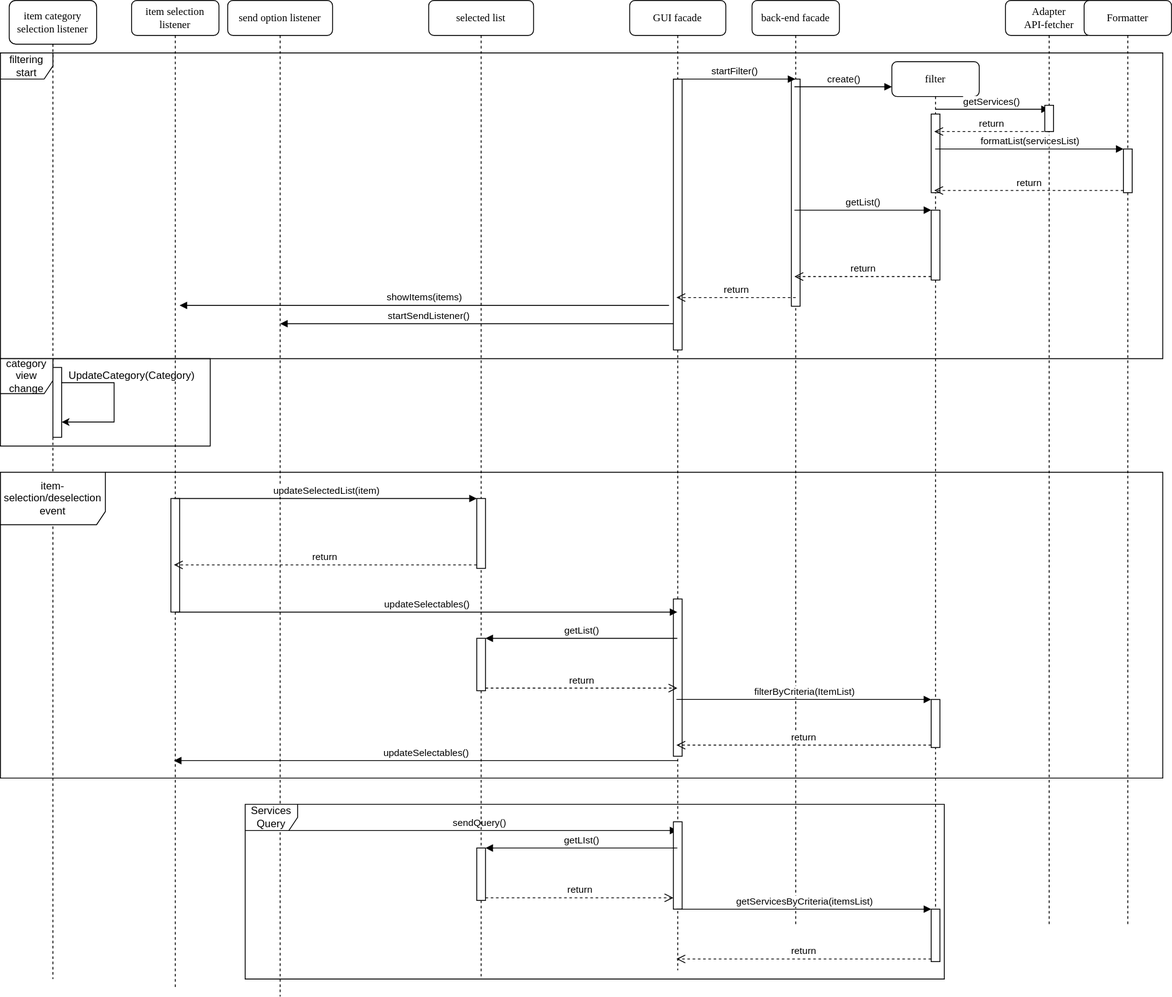
Above: documentation/behaviour/internal behaviour/internal_behaviour.svg in Geostartico/Trusted-list-browser (draw.io), before the change. Source tidied: cells renumbered, new cells last; positions are measured from the earlier drawing's top-left corner, leaving out a move shared by most shapes.
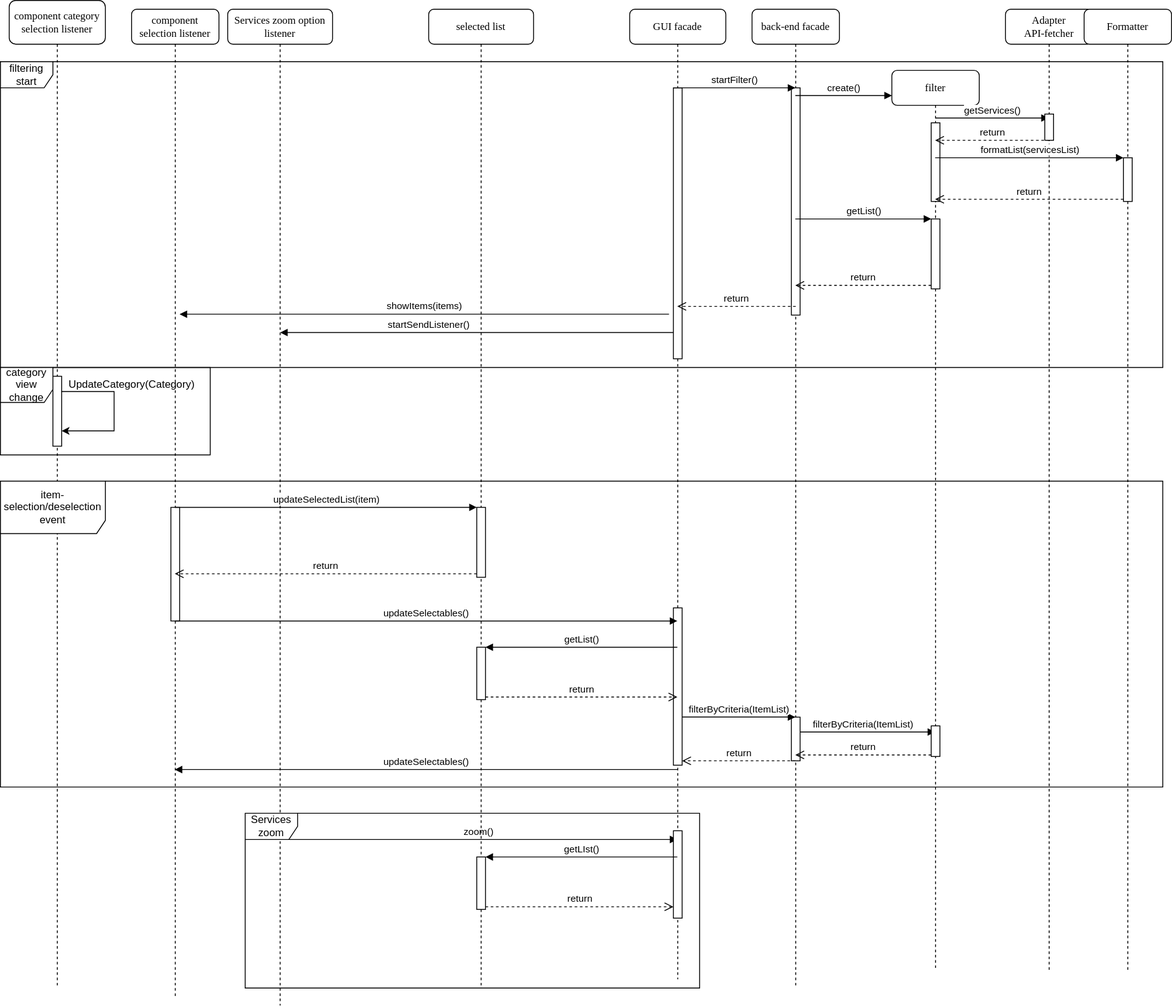
Above is the later version.

The edit, as a diff of the source:
```diff
@@ -2,10 +2,10 @@
   <root>
     <mxCell id="0" />
     <mxCell id="1" parent="0" />
-    <mxCell id="2" value="send option listener" style="shape=umlLifeline;perimeter=lifelinePerimeter;whiteSpace=wrap;html=1;rounded=1;shadow=0;comic=0;labelBackgroundColor=none;strokeWidth=1;fontFamily=Verdana;fontSize=12;align=center;" parent="1" vertex="1">
+    <mxCell id="2" value="Services zoom option listener" style="shape=umlLifeline;perimeter=lifelinePerimeter;whiteSpace=wrap;html=1;rounded=1;shadow=0;comic=0;labelBackgroundColor=none;strokeWidth=1;fontFamily=Verdana;fontSize=12;align=center;" parent="1" vertex="1">
       <mxGeometry x="260" width="120" height="1140" as="geometry" />
     </mxCell>
-    <mxCell id="3" value="sendQuery()" style="html=1;verticalAlign=bottom;endArrow=block;rounded=0;" parent="2" edge="1" target="8">
+    <mxCell id="3" value="zoom()" style="html=1;verticalAlign=bottom;endArrow=block;rounded=0;" parent="2" edge="1" target="8">
       <mxGeometry relative="1" as="geometry">
         <mxPoint x="60" y="950" as="sourcePoint" />
       </mxGeometry>
@@ -35,11 +35,19 @@
       <mxGeometry x="50" y="940" width="10" height="100" as="geometry" />
     </mxCell>
     <mxCell id="12" value="back-end facade" style="shape=umlLifeline;perimeter=lifelinePerimeter;whiteSpace=wrap;html=1;outlineConnect=0;rounded=1;shadow=0;comic=0;labelBackgroundColor=none;strokeWidth=1;fontFamily=Verdana;fontSize=12;align=center;" parent="1" vertex="1">
-      <mxGeometry x="860" width="100" height="1060" as="geometry" />
+      <mxGeometry x="860" width="100" height="1120" as="geometry" />
     </mxCell>
     <mxCell id="13" style="html=1;perimeter=orthogonalPerimeter;" parent="12" vertex="1">
       <mxGeometry x="45" y="90" width="10" height="260" as="geometry" />
     </mxCell>
+    <mxCell id="56" value="filterByCriteria(ItemList)" style="html=1;verticalAlign=bottom;endArrow=block;rounded=0;" parent="12" edge="1" target="14">
+      <mxGeometry relative="1" as="geometry">
+        <mxPoint x="45" y="827" as="sourcePoint" />
+      </mxGeometry>
+    </mxCell>
+    <mxCell id="57" style="html=1;perimeter=orthogonalPerimeter;" parent="12" vertex="1">
+      <mxGeometry x="45" y="810" width="10" height="50" as="geometry" />
+    </mxCell>
     <mxCell id="14" value="filter" style="shape=umlLifeline;perimeter=lifelinePerimeter;whiteSpace=wrap;html=1;outlineConnect=0;rounded=1;shadow=0;comic=0;labelBackgroundColor=none;strokeWidth=1;fontFamily=Verdana;fontSize=12;align=center;" parent="1" vertex="1">
       <mxGeometry x="1020" y="70" width="100" height="1030" as="geometry" />
     </mxCell>
@@ -55,15 +63,12 @@
       <mxGeometry x="45" y="170" width="10" height="80" as="geometry" />
     </mxCell>
     <mxCell id="18" style="html=1;points=[];perimeter=orthogonalPerimeter;" parent="14" vertex="1">
-      <mxGeometry x="45" y="730" width="10" height="55" as="geometry" />
+      <mxGeometry x="45" y="750" width="10" height="35" as="geometry" />
     </mxCell>
-    <mxCell id="19" style="html=1;points=[];perimeter=orthogonalPerimeter;" parent="14" vertex="1">
-      <mxGeometry x="45" y="970" width="10" height="60" as="geometry" />
-    </mxCell>
     <mxCell id="20" value="&lt;div&gt;Adapter&lt;/div&gt;&lt;div&gt;API-fetcher&lt;/div&gt;" style="shape=umlLifeline;perimeter=lifelinePerimeter;whiteSpace=wrap;html=1;outlineConnect=0;rounded=1;shadow=0;comic=0;labelBackgroundColor=none;strokeWidth=1;fontFamily=Verdana;fontSize=12;align=center;" parent="1" vertex="1">
-      <mxGeometry x="1150" width="100" height="1060" as="geometry" />
+      <mxGeometry x="1150" width="100" height="1100" as="geometry" />
     </mxCell>
-    <mxCell id="21" value="item selection listener" style="shape=umlLifeline;perimeter=lifelinePerimeter;whiteSpace=wrap;html=1;outlineConnect=0;rounded=1;shadow=0;comic=0;labelBackgroundColor=none;strokeWidth=1;fontFamily=Verdana;fontSize=12;align=center;" parent="1" vertex="1">
+    <mxCell id="21" value="component selection listener" style="shape=umlLifeline;perimeter=lifelinePerimeter;whiteSpace=wrap;html=1;outlineConnect=0;rounded=1;shadow=0;comic=0;labelBackgroundColor=none;strokeWidth=1;fontFamily=Verdana;fontSize=12;align=center;" parent="1" vertex="1">
       <mxGeometry x="150" width="100" height="1130" as="geometry" />
     </mxCell>
     <mxCell id="22" style="html=1;perimeter=orthogonalPerimeter;" parent="21" vertex="1">
@@ -92,7 +97,7 @@
       <mxGeometry relative="1" as="geometry" />
     </mxCell>
     <mxCell id="27" value="Formatter" style="shape=umlLifeline;perimeter=lifelinePerimeter;whiteSpace=wrap;html=1;rounded=1;shadow=0;comic=0;labelBackgroundColor=none;strokeWidth=1;fontFamily=Verdana;fontSize=12;align=center;" parent="1" vertex="1">
-      <mxGeometry x="1240" width="100" height="1060" as="geometry" />
+      <mxGeometry x="1240" width="100" height="1100" as="geometry" />
     </mxCell>
     <mxCell id="28" style="html=1;points=[];perimeter=orthogonalPerimeter;" parent="27" vertex="1">
       <mxGeometry x="45" y="170" width="10" height="50" as="geometry" />
@@ -111,8 +116,8 @@
     <mxCell id="32" value="return" style="html=1;verticalAlign=bottom;endArrow=open;dashed=1;endSize=8;exitX=0;exitY=0.95;rounded=0;" parent="1" edge="1" source="17" target="12">
       <mxGeometry relative="1" as="geometry" />
     </mxCell>
-    <mxCell id="33" value="item category selection listener" style="shape=umlLifeline;perimeter=lifelinePerimeter;whiteSpace=wrap;html=1;rounded=1;shadow=0;comic=0;labelBackgroundColor=none;strokeWidth=1;fontFamily=Verdana;fontSize=12;align=center;size=50;" parent="1" vertex="1">
-      <mxGeometry x="10" width="100" height="1120" as="geometry" />
+    <mxCell id="33" value="component category selection listener" style="shape=umlLifeline;perimeter=lifelinePerimeter;whiteSpace=wrap;html=1;rounded=1;shadow=0;comic=0;labelBackgroundColor=none;strokeWidth=1;fontFamily=Verdana;fontSize=12;align=center;size=50;" parent="1" vertex="1">
+      <mxGeometry x="10" y="-10" width="110" height="1130" as="geometry" />
     </mxCell>
     <mxCell id="34" value="filtering start" style="shape=umlFrame;whiteSpace=wrap;html=1;" parent="1" vertex="1">
       <mxGeometry y="60" width="1330" height="350" as="geometry" />
@@ -155,10 +160,10 @@
     <mxCell id="44" value="return" style="html=1;verticalAlign=bottom;endArrow=open;dashed=1;endSize=8;exitX=1;exitY=0.95;rounded=0;" parent="1" edge="1" source="6" target="8">
       <mxGeometry relative="1" as="geometry" />
     </mxCell>
-    <mxCell id="45" value="filterByCriteria(ItemList)" style="html=1;verticalAlign=bottom;endArrow=block;entryX=0;entryY=0;rounded=0;" parent="1" edge="1" source="8" target="18">
+    <mxCell id="45" value="filterByCriteria(ItemList)" style="html=1;verticalAlign=bottom;endArrow=block;rounded=0;exitX=1;exitY=0.694;exitDx=0;exitDy=0;exitPerimeter=0;" parent="1" edge="1" source="10" target="12">
       <mxGeometry relative="1" as="geometry" />
     </mxCell>
-    <mxCell id="46" value="return" style="html=1;verticalAlign=bottom;endArrow=open;dashed=1;endSize=8;exitX=0;exitY=0.95;rounded=0;" parent="1" edge="1" source="18" target="8">
+    <mxCell id="46" value="return" style="html=1;verticalAlign=bottom;endArrow=open;dashed=1;endSize=8;exitX=0;exitY=0.95;rounded=0;" parent="1" edge="1" source="18" target="12">
       <mxGeometry relative="1" as="geometry" />
     </mxCell>
     <mxCell id="47" value="updateSelectables()" style="html=1;verticalAlign=bottom;endArrow=block;rounded=0;" parent="1" edge="1" target="21">
@@ -177,14 +182,8 @@
         <mxPoint x="770" y="1027" as="targetPoint" />
       </mxGeometry>
     </mxCell>
-    <mxCell id="51" value="return" style="html=1;verticalAlign=bottom;endArrow=open;dashed=1;endSize=8;exitX=0;exitY=0.95;rounded=0;" parent="1" edge="1" source="19" target="8">
-      <mxGeometry relative="1" as="geometry" />
-    </mxCell>
-    <mxCell id="52" value="getServicesByCriteria(itemsList)" style="html=1;verticalAlign=bottom;endArrow=block;entryX=0;entryY=0;rounded=0;" parent="1" edge="1" source="8" target="19">
-      <mxGeometry relative="1" as="geometry" />
-    </mxCell>
-    <mxCell id="53" value="Services Query" style="shape=umlFrame;whiteSpace=wrap;html=1;" parent="1" vertex="1">
-      <mxGeometry x="280" y="920" width="800" height="200" as="geometry" />
+    <mxCell id="53" value="Services zoom" style="shape=umlFrame;whiteSpace=wrap;html=1;" parent="1" vertex="1">
+      <mxGeometry x="280" y="920" width="520" height="200" as="geometry" />
     </mxCell>
     <mxCell id="54" value="&lt;div&gt;startFilter()&lt;/div&gt;" style="html=1;verticalAlign=bottom;endArrow=block;rounded=0;" parent="1" edge="1">
       <mxGeometry relative="1" as="geometry">
@@ -202,5 +201,10 @@
         </Array>
       </mxGeometry>
     </mxCell>
+    <mxCell id="51" value="return" style="html=1;verticalAlign=bottom;endArrow=open;dashed=1;endSize=8;rounded=0;" parent="1" edge="1" source="12">
+      <mxGeometry relative="1" as="geometry">
+        <mxPoint x="780" y="860" as="targetPoint" />
+      </mxGeometry>
+    </mxCell>
   </root>
 </mxGraphModel>
```
